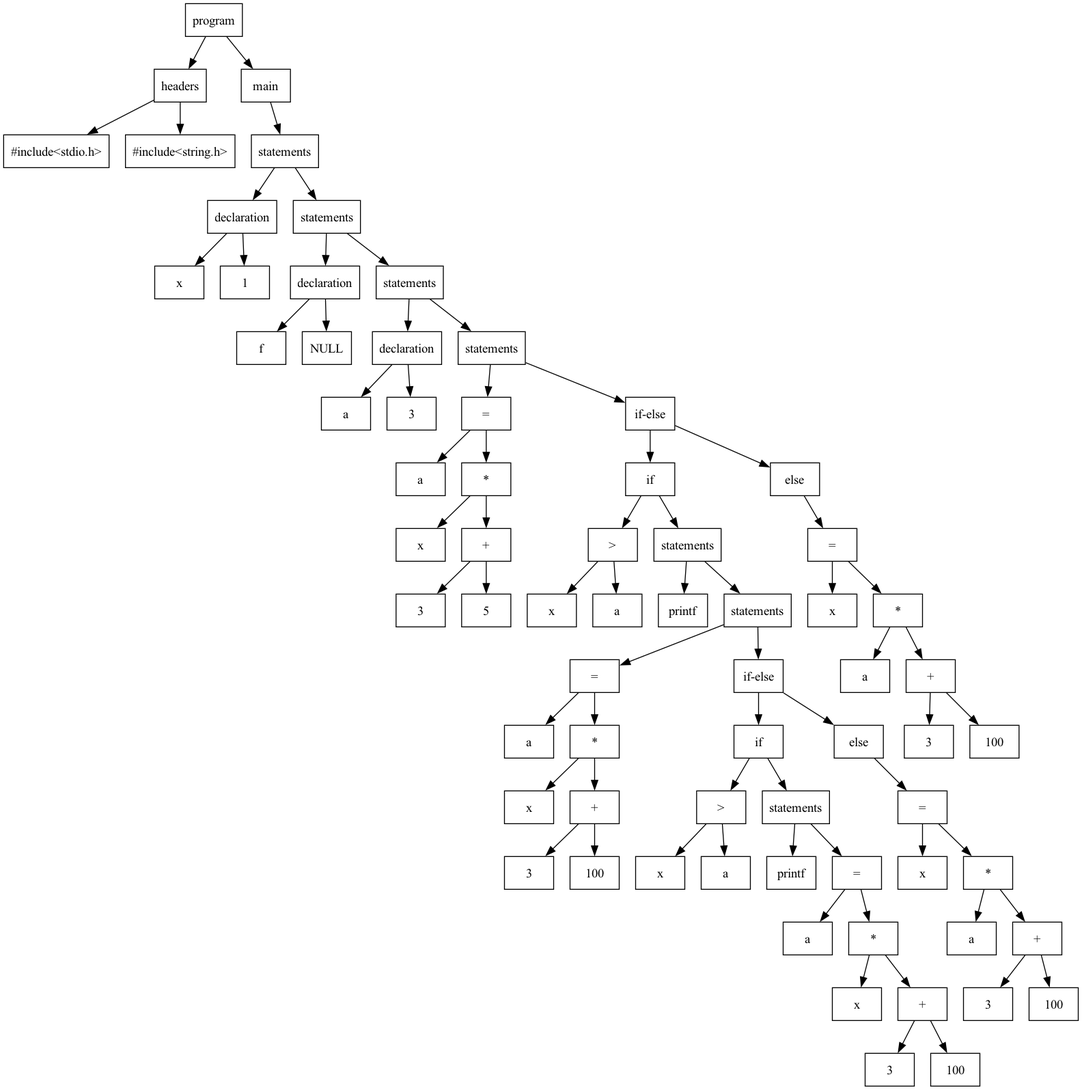
amansinghrp/C-Compiler-Insight keeps this Graphviz diagram as src/4_ParseTree/parse_tree.png. Above is the earlier version. Its source is kept beside it as src/4_ParseTree/parse_tree.dot. Its diagram source:
```dot
digraph ParseTree {
  node [shape=box];
  "0x600003ce0920" [label="program"];
  "0x600003ce0920" -> "0x600003ce00c0";
  "0x600003ce00c0" [label="headers"];
  "0x600003ce00c0" -> "0x600003ce0020";
  "0x600003ce0020" [label="#include<stdio.h>"];
  "0x600003ce00c0" -> "0x600003ce0080";
  "0x600003ce0080" [label="#include<string.h>"];
  "0x600003ce0920" -> "0x600003ce0900";
  "0x600003ce0900" [label="main"];
  "0x600003ce0900" -> "0x600003ce08e0";
  "0x600003ce08e0" [label="statements"];
  "0x600003ce08e0" -> "0x600003ce0120";
  "0x600003ce0120" [label="declaration"];
  "0x600003ce0120" -> "0x600003ce0100";
  "0x600003ce0100" [label="x"];
  "0x600003ce0120" -> "0x600003ce00e0";
  "0x600003ce00e0" [label="1"];
  "0x600003ce08e0" -> "0x600003ce08c0";
  "0x600003ce08c0" [label="statements"];
  "0x600003ce08c0" -> "0x600003ce0180";
  "0x600003ce0180" [label="declaration"];
  "0x600003ce0180" -> "0x600003ce0160";
  "0x600003ce0160" [label="f"];
  "0x600003ce0180" -> "0x600003ce0140";
  "0x600003ce0140" [label="NULL"];
  "0x600003ce08c0" -> "0x600003ce08a0";
  "0x600003ce08a0" [label="statements"];
  "0x600003ce08a0" -> "0x600003ce01e0";
  "0x600003ce01e0" [label="declaration"];
  "0x600003ce01e0" -> "0x600003ce01c0";
  "0x600003ce01c0" [label="a"];
  "0x600003ce01e0" -> "0x600003ce01a0";
  "0x600003ce01a0" [label="3"];
  "0x600003ce08a0" -> "0x600003ce0880";
  "0x600003ce0880" [label="statements"];
  "0x600003ce0880" -> "0x600003ce02c0";
  "0x600003ce02c0" [label="="];
  "0x600003ce02c0" -> "0x600003ce02a0";
  "0x600003ce02a0" [label="a"];
  "0x600003ce02c0" -> "0x600003ce0280";
  "0x600003ce0280" [label="*"];
  "0x600003ce0280" -> "0x600003ce0200";
  "0x600003ce0200" [label="x"];
  "0x600003ce0280" -> "0x600003ce0260";
  "0x600003ce0260" [label="+"];
  "0x600003ce0260" -> "0x600003ce0220";
  "0x600003ce0220" [label="3"];
  "0x600003ce0260" -> "0x600003ce0240";
  "0x600003ce0240" [label="5"];
  "0x600003ce0880" -> "0x600003ce0860";
  "0x600003ce0860" [label="if-else"];
  "0x600003ce0860" -> "0x600003ce0840";
  "0x600003ce0840" [label="if"];
  "0x600003ce0840" -> "0x600003ce0320";
  "0x600003ce0320" [label=">"];
  "0x600003ce0320" -> "0x600003ce02e0";
  "0x600003ce02e0" [label="x"];
  "0x600003ce0320" -> "0x600003ce0300";
  "0x600003ce0300" [label="a"];
  "0x600003ce0840" -> "0x600003ce0720";
  "0x600003ce0720" [label="statements"];
  "0x600003ce0720" -> "0x600003ce0340";
  "0x600003ce0340" [label="printf"];
  "0x600003ce0720" -> "0x600003ce0700";
  "0x600003ce0700" [label="statements"];
  "0x600003ce0700" -> "0x600003ce0420";
  "0x600003ce0420" [label="="];
  "0x600003ce0420" -> "0x600003ce0400";
  "0x600003ce0400" [label="a"];
  "0x600003ce0420" -> "0x600003ce03e0";
  "0x600003ce03e0" [label="*"];
  "0x600003ce03e0" -> "0x600003ce0360";
  "0x600003ce0360" [label="x"];
  "0x600003ce03e0" -> "0x600003ce03c0";
  "0x600003ce03c0" [label="+"];
  "0x600003ce03c0" -> "0x600003ce0380";
  "0x600003ce0380" [label="3"];
  "0x600003ce03c0" -> "0x600003ce03a0";
  "0x600003ce03a0" [label="100"];
  "0x600003ce0700" -> "0x600003ce06e0";
  "0x600003ce06e0" [label="if-else"];
  "0x600003ce06e0" -> "0x600003ce06c0";
  "0x600003ce06c0" [label="if"];
  "0x600003ce06c0" -> "0x600003ce0480";
  "0x600003ce0480" [label=">"];
  "0x600003ce0480" -> "0x600003ce0440";
  "0x600003ce0440" [label="x"];
  "0x600003ce0480" -> "0x600003ce0460";
  "0x600003ce0460" [label="a"];
  "0x600003ce06c0" -> "0x600003ce05a0";
  "0x600003ce05a0" [label="statements"];
  "0x600003ce05a0" -> "0x600003ce04a0";
  "0x600003ce04a0" [label="printf"];
  "0x600003ce05a0" -> "0x600003ce0580";
  "0x600003ce0580" [label="="];
  "0x600003ce0580" -> "0x600003ce0560";
  "0x600003ce0560" [label="a"];
  "0x600003ce0580" -> "0x600003ce0540";
  "0x600003ce0540" [label="*"];
  "0x600003ce0540" -> "0x600003ce04c0";
  "0x600003ce04c0" [label="x"];
  "0x600003ce0540" -> "0x600003ce0520";
  "0x600003ce0520" [label="+"];
  "0x600003ce0520" -> "0x600003ce04e0";
  "0x600003ce04e0" [label="3"];
  "0x600003ce0520" -> "0x600003ce0500";
  "0x600003ce0500" [label="100"];
  "0x600003ce06e0" -> "0x600003ce06a0";
  "0x600003ce06a0" [label="else"];
  "0x600003ce06a0" -> "0x600003ce0680";
  "0x600003ce0680" [label="="];
  "0x600003ce0680" -> "0x600003ce0660";
  "0x600003ce0660" [label="x"];
  "0x600003ce0680" -> "0x600003ce0640";
  "0x600003ce0640" [label="*"];
  "0x600003ce0640" -> "0x600003ce05c0";
  "0x600003ce05c0" [label="a"];
  "0x600003ce0640" -> "0x600003ce0620";
  "0x600003ce0620" [label="+"];
  "0x600003ce0620" -> "0x600003ce05e0";
  "0x600003ce05e0" [label="3"];
  "0x600003ce0620" -> "0x600003ce0600";
  "0x600003ce0600" [label="100"];
  "0x600003ce0860" -> "0x600003ce0820";
  "0x600003ce0820" [label="else"];
  "0x600003ce0820" -> "0x600003ce0800";
  "0x600003ce0800" [label="="];
  "0x600003ce0800" -> "0x600003ce07e0";
  "0x600003ce07e0" [label="x"];
  "0x600003ce0800" -> "0x600003ce07c0";
  "0x600003ce07c0" [label="*"];
  "0x600003ce07c0" -> "0x600003ce0740";
  "0x600003ce0740" [label="a"];
  "0x600003ce07c0" -> "0x600003ce07a0";
  "0x600003ce07a0" [label="+"];
  "0x600003ce07a0" -> "0x600003ce0760";
  "0x600003ce0760" [label="3"];
  "0x600003ce07a0" -> "0x600003ce0780";
  "0x600003ce0780" [label="100"];
}
```
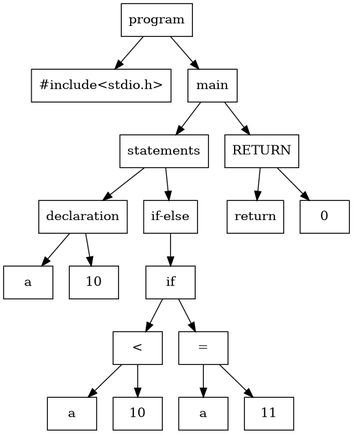
Above is the later version.

The edit, as a diff of the source:
```diff
@@ -1,142 +1,38 @@
 digraph ParseTree {
   node [shape=box];
-  "0x600003ce0920" [label="program"];
-  "0x600003ce0920" -> "0x600003ce00c0";
-  "0x600003ce00c0" [label="headers"];
-  "0x600003ce00c0" -> "0x600003ce0020";
-  "0x600003ce0020" [label="#include<stdio.h>"];
-  "0x600003ce00c0" -> "0x600003ce0080";
-  "0x600003ce0080" [label="#include<string.h>"];
-  "0x600003ce0920" -> "0x600003ce0900";
-  "0x600003ce0900" [label="main"];
-  "0x600003ce0900" -> "0x600003ce08e0";
-  "0x600003ce08e0" [label="statements"];
-  "0x600003ce08e0" -> "0x600003ce0120";
-  "0x600003ce0120" [label="declaration"];
-  "0x600003ce0120" -> "0x600003ce0100";
-  "0x600003ce0100" [label="x"];
-  "0x600003ce0120" -> "0x600003ce00e0";
-  "0x600003ce00e0" [label="1"];
-  "0x600003ce08e0" -> "0x600003ce08c0";
-  "0x600003ce08c0" [label="statements"];
-  "0x600003ce08c0" -> "0x600003ce0180";
-  "0x600003ce0180" [label="declaration"];
-  "0x600003ce0180" -> "0x600003ce0160";
-  "0x600003ce0160" [label="f"];
-  "0x600003ce0180" -> "0x600003ce0140";
-  "0x600003ce0140" [label="NULL"];
-  "0x600003ce08c0" -> "0x600003ce08a0";
-  "0x600003ce08a0" [label="statements"];
-  "0x600003ce08a0" -> "0x600003ce01e0";
-  "0x600003ce01e0" [label="declaration"];
-  "0x600003ce01e0" -> "0x600003ce01c0";
-  "0x600003ce01c0" [label="a"];
-  "0x600003ce01e0" -> "0x600003ce01a0";
-  "0x600003ce01a0" [label="3"];
-  "0x600003ce08a0" -> "0x600003ce0880";
-  "0x600003ce0880" [label="statements"];
-  "0x600003ce0880" -> "0x600003ce02c0";
-  "0x600003ce02c0" [label="="];
-  "0x600003ce02c0" -> "0x600003ce02a0";
-  "0x600003ce02a0" [label="a"];
-  "0x600003ce02c0" -> "0x600003ce0280";
-  "0x600003ce0280" [label="*"];
-  "0x600003ce0280" -> "0x600003ce0200";
-  "0x600003ce0200" [label="x"];
-  "0x600003ce0280" -> "0x600003ce0260";
-  "0x600003ce0260" [label="+"];
-  "0x600003ce0260" -> "0x600003ce0220";
-  "0x600003ce0220" [label="3"];
-  "0x600003ce0260" -> "0x600003ce0240";
-  "0x600003ce0240" [label="5"];
-  "0x600003ce0880" -> "0x600003ce0860";
-  "0x600003ce0860" [label="if-else"];
-  "0x600003ce0860" -> "0x600003ce0840";
-  "0x600003ce0840" [label="if"];
-  "0x600003ce0840" -> "0x600003ce0320";
-  "0x600003ce0320" [label=">"];
-  "0x600003ce0320" -> "0x600003ce02e0";
-  "0x600003ce02e0" [label="x"];
-  "0x600003ce0320" -> "0x600003ce0300";
-  "0x600003ce0300" [label="a"];
-  "0x600003ce0840" -> "0x600003ce0720";
-  "0x600003ce0720" [label="statements"];
-  "0x600003ce0720" -> "0x600003ce0340";
-  "0x600003ce0340" [label="printf"];
-  "0x600003ce0720" -> "0x600003ce0700";
-  "0x600003ce0700" [label="statements"];
-  "0x600003ce0700" -> "0x600003ce0420";
-  "0x600003ce0420" [label="="];
-  "0x600003ce0420" -> "0x600003ce0400";
-  "0x600003ce0400" [label="a"];
-  "0x600003ce0420" -> "0x600003ce03e0";
-  "0x600003ce03e0" [label="*"];
-  "0x600003ce03e0" -> "0x600003ce0360";
-  "0x600003ce0360" [label="x"];
-  "0x600003ce03e0" -> "0x600003ce03c0";
-  "0x600003ce03c0" [label="+"];
-  "0x600003ce03c0" -> "0x600003ce0380";
-  "0x600003ce0380" [label="3"];
-  "0x600003ce03c0" -> "0x600003ce03a0";
-  "0x600003ce03a0" [label="100"];
-  "0x600003ce0700" -> "0x600003ce06e0";
-  "0x600003ce06e0" [label="if-else"];
-  "0x600003ce06e0" -> "0x600003ce06c0";
-  "0x600003ce06c0" [label="if"];
-  "0x600003ce06c0" -> "0x600003ce0480";
-  "0x600003ce0480" [label=">"];
-  "0x600003ce0480" -> "0x600003ce0440";
-  "0x600003ce0440" [label="x"];
-  "0x600003ce0480" -> "0x600003ce0460";
-  "0x600003ce0460" [label="a"];
-  "0x600003ce06c0" -> "0x600003ce05a0";
-  "0x600003ce05a0" [label="statements"];
-  "0x600003ce05a0" -> "0x600003ce04a0";
-  "0x600003ce04a0" [label="printf"];
-  "0x600003ce05a0" -> "0x600003ce0580";
-  "0x600003ce0580" [label="="];
-  "0x600003ce0580" -> "0x600003ce0560";
-  "0x600003ce0560" [label="a"];
-  "0x600003ce0580" -> "0x600003ce0540";
-  "0x600003ce0540" [label="*"];
-  "0x600003ce0540" -> "0x600003ce04c0";
-  "0x600003ce04c0" [label="x"];
-  "0x600003ce0540" -> "0x600003ce0520";
-  "0x600003ce0520" [label="+"];
-  "0x600003ce0520" -> "0x600003ce04e0";
-  "0x600003ce04e0" [label="3"];
-  "0x600003ce0520" -> "0x600003ce0500";
-  "0x600003ce0500" [label="100"];
-  "0x600003ce06e0" -> "0x600003ce06a0";
-  "0x600003ce06a0" [label="else"];
-  "0x600003ce06a0" -> "0x600003ce0680";
-  "0x600003ce0680" [label="="];
-  "0x600003ce0680" -> "0x600003ce0660";
-  "0x600003ce0660" [label="x"];
-  "0x600003ce0680" -> "0x600003ce0640";
-  "0x600003ce0640" [label="*"];
-  "0x600003ce0640" -> "0x600003ce05c0";
-  "0x600003ce05c0" [label="a"];
-  "0x600003ce0640" -> "0x600003ce0620";
-  "0x600003ce0620" [label="+"];
-  "0x600003ce0620" -> "0x600003ce05e0";
-  "0x600003ce05e0" [label="3"];
-  "0x600003ce0620" -> "0x600003ce0600";
-  "0x600003ce0600" [label="100"];
-  "0x600003ce0860" -> "0x600003ce0820";
-  "0x600003ce0820" [label="else"];
-  "0x600003ce0820" -> "0x600003ce0800";
-  "0x600003ce0800" [label="="];
-  "0x600003ce0800" -> "0x600003ce07e0";
-  "0x600003ce07e0" [label="x"];
-  "0x600003ce0800" -> "0x600003ce07c0";
-  "0x600003ce07c0" [label="*"];
-  "0x600003ce07c0" -> "0x600003ce0740";
-  "0x600003ce0740" [label="a"];
-  "0x600003ce07c0" -> "0x600003ce07a0";
-  "0x600003ce07a0" [label="+"];
-  "0x600003ce07a0" -> "0x600003ce0760";
-  "0x600003ce0760" [label="3"];
-  "0x600003ce07a0" -> "0x600003ce0780";
-  "0x600003ce0780" [label="100"];
+  "0x5ae2010f9c50" [label="program"];
+  "0x5ae2010f9c50" -> "0x5ae2010f9570";
+  "0x5ae2010f9570" [label="#include<stdio.h>"];
+  "0x5ae2010f9c50" -> "0x5ae2010f9c10";
+  "0x5ae2010f9c10" [label="main"];
+  "0x5ae2010f9c10" -> "0x5ae2010f9a50";
+  "0x5ae2010f9a50" [label="statements"];
+  "0x5ae2010f9a50" -> "0x5ae2010f9750";
+  "0x5ae2010f9750" [label="declaration"];
+  "0x5ae2010f9750" -> "0x5ae2010f9710";
+  "0x5ae2010f9710" [label="a"];
+  "0x5ae2010f9750" -> "0x5ae2010f96d0";
+  "0x5ae2010f96d0" [label="10"];
+  "0x5ae2010f9a50" -> "0x5ae2010f9a10";
+  "0x5ae2010f9a10" [label="if-else"];
+  "0x5ae2010f9a10" -> "0x5ae2010f99d0";
+  "0x5ae2010f99d0" [label="if"];
+  "0x5ae2010f99d0" -> "0x5ae2010f9870";
+  "0x5ae2010f9870" [label="<"];
+  "0x5ae2010f9870" -> "0x5ae2010f97f0";
+  "0x5ae2010f97f0" [label="a"];
+  "0x5ae2010f9870" -> "0x5ae2010f9830";
+  "0x5ae2010f9830" [label="10"];
+  "0x5ae2010f99d0" -> "0x5ae2010f9990";
+  "0x5ae2010f9990" [label="="];
+  "0x5ae2010f9990" -> "0x5ae2010f9950";
+  "0x5ae2010f9950" [label="a"];
+  "0x5ae2010f9990" -> "0x5ae2010f9910";
+  "0x5ae2010f9910" [label="11"];
+  "0x5ae2010f9c10" -> "0x5ae2010f9bd0";
+  "0x5ae2010f9bd0" [label="RETURN"];
+  "0x5ae2010f9bd0" -> "0x5ae2010f9b90";
+  "0x5ae2010f9b90" [label="return"];
+  "0x5ae2010f9bd0" -> "0x5ae2010f9b50";
+  "0x5ae2010f9b50" [label="0"];
 }
```
